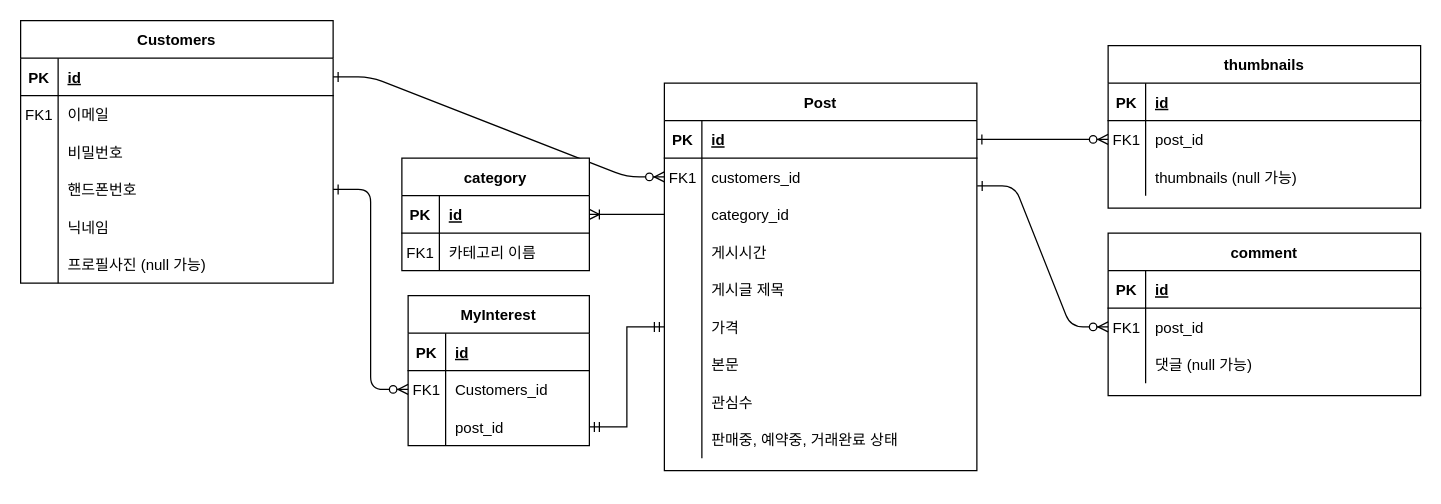
Before: page "Page-1" (1 of 3) of carrot.drawio in Lee-seungju/drawfile, a draw.io diagram. Source tidied: cells renumbered, new cells numbered last; positions are measured from the earlier drawing's top-left corner, leaving out a move shared by most shapes. Both pictures are drawn from the tidied source at 125%, with x=0, y=0 at pixel (20, 20).
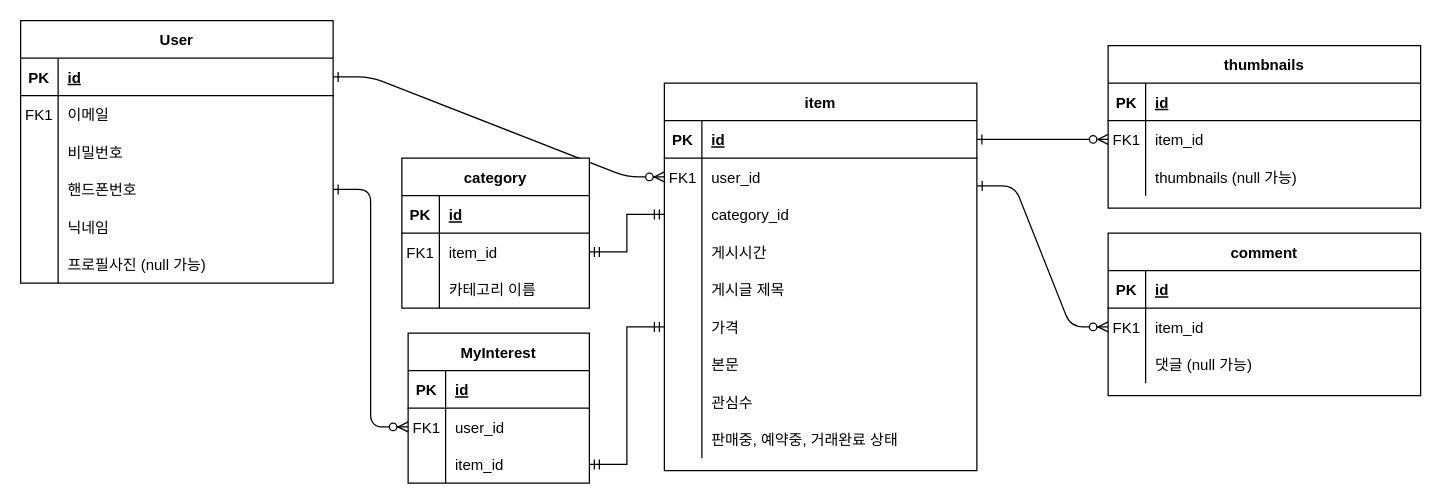
The same page after the edit.

Unchanged cells that the change refers to:
```xml
<mxCell id="8" style="shape=partialRectangle;fillColor=none;points=[[0,0.5],[1,0.5]];portConstraint=eastwest;top=0;left=0;right=0;bottom=0;" parent="4" vertex="1">
  <mxGeometry y="60" width="250" height="30" as="geometry" />
</mxCell>
<mxCell id="11" style="shape=partialRectangle;fillColor=none;points=[[0,0.5],[1,0.5]];portConstraint=eastwest;top=0;left=0;right=0;bottom=0;" parent="4" vertex="1">
  <mxGeometry y="90" width="250" height="30" as="geometry" />
</mxCell>
<mxCell id="36" style="shape=partialRectangle;fillColor=none;points=[[0,0.5],[1,0.5]];portConstraint=eastwest;top=0;left=0;right=0;bottom=0;" parent="32" vertex="1">
  <mxGeometry y="60" width="250" height="30" as="geometry" />
</mxCell>
<mxCell id="46" style="shape=partialRectangle;fillColor=none;points=[[0,0.5],[1,0.5]];portConstraint=eastwest;top=0;left=0;right=0;bottom=0;" parent="42" vertex="1">
  <mxGeometry y="60" width="145" height="30" as="geometry" />
</mxCell>
<mxCell id="49" style="shape=partialRectangle;fillColor=none;points=[[0,0.5],[1,0.5]];portConstraint=eastwest;top=0;left=0;right=0;bottom=0;" parent="42" vertex="1">
  <mxGeometry y="90" width="145" height="30" as="geometry" />
</mxCell>
<mxCell id="76" style="shape=partialRectangle;fillColor=none;points=[[0,0.5],[1,0.5]];portConstraint=eastwest;top=0;left=0;right=0;bottom=0;" parent="72" vertex="1">
  <mxGeometry y="60" width="250" height="30" as="geometry" />
</mxCell>
<mxCell id="85" style="shape=partialRectangle;fillColor=none;points=[[0,0.5],[1,0.5]];portConstraint=eastwest;top=0;left=0;right=0;bottom=1;" parent="84" vertex="1">
  <mxGeometry y="30" width="150" height="30" as="geometry" />
</mxCell>
<mxCell id="88" style="shape=partialRectangle;fillColor=none;points=[[0,0.5],[1,0.5]];portConstraint=eastwest;top=0;left=0;right=0;bottom=0;" parent="84" vertex="1">
  <mxGeometry y="60" width="150" height="30" as="geometry" />
</mxCell>
```

The edit, as a diff of the source:
```diff
@@
-    <mxCell id="4" value="Post" style="shape=table;startSize=30;childLayout=tableLayout;rowLines=0;fontStyle=1;align=center;" parent="1" vertex="1">
+    <mxCell id="4" value="item" style="shape=table;startSize=30;childLayout=tableLayout;rowLines=0;fontStyle=1;align=center;" parent="1" vertex="1">
       <mxGeometry x="515" y="50" width="250" height="310" as="geometry" />
     </mxCell>
@@
-    <mxCell id="10" value="customers_id" style="shape=partialRectangle;overflow=hidden;fillColor=none;top=0;left=0;bottom=0;right=0;align=left;spacingLeft=6;" parent="8" vertex="1">
+    <mxCell id="10" value="user_id" style="shape=partialRectangle;overflow=hidden;fillColor=none;top=0;left=0;bottom=0;right=0;align=left;spacingLeft=6;" parent="8" vertex="1">
       <mxGeometry x="30" width="220" height="30" as="geometry" />
     </mxCell>
@@
-    <mxCell id="38" value="post_id" style="shape=partialRectangle;overflow=hidden;fillColor=none;top=0;left=0;bottom=0;right=0;align=left;spacingLeft=6;" parent="36" vertex="1">
+    <mxCell id="38" value="item_id" style="shape=partialRectangle;overflow=hidden;fillColor=none;top=0;left=0;bottom=0;right=0;align=left;spacingLeft=6;" parent="36" vertex="1">
       <mxGeometry x="30" width="220" height="30" as="geometry" />
     </mxCell>
@@
     <mxCell id="42" value="MyInterest" style="shape=table;startSize=30;childLayout=tableLayout;rowLines=0;fontStyle=1;align=center;" parent="1" vertex="1">
-      <mxGeometry x="310" y="220" width="145" height="120" as="geometry" />
+      <mxGeometry x="310" y="250" width="145" height="120" as="geometry" />
     </mxCell>
@@
-    <mxCell id="48" value="Customers_id" style="shape=partialRectangle;overflow=hidden;fillColor=none;top=0;left=0;bottom=0;right=0;align=left;spacingLeft=6;" parent="46" vertex="1">
+    <mxCell id="48" value="user_id" style="shape=partialRectangle;overflow=hidden;fillColor=none;top=0;left=0;bottom=0;right=0;align=left;spacingLeft=6;" parent="46" vertex="1">
       <mxGeometry x="30" width="115" height="30" as="geometry" />
     </mxCell>
@@
-    <mxCell id="51" value="post_id" style="shape=partialRectangle;overflow=hidden;fillColor=none;top=0;left=0;bottom=0;right=0;align=left;spacingLeft=6;" parent="49" vertex="1">
+    <mxCell id="51" value="item_id" style="shape=partialRectangle;overflow=hidden;fillColor=none;top=0;left=0;bottom=0;right=0;align=left;spacingLeft=6;" parent="49" vertex="1">
       <mxGeometry x="30" width="115" height="30" as="geometry" />
     </mxCell>
-    <mxCell id="52" value="Customers" style="shape=table;startSize=30;childLayout=tableLayout;rowLines=0;fontStyle=1;align=center;horizontal=1;flipV=0;flipH=0;" parent="1" vertex="1">
+    <mxCell id="52" value="User" style="shape=table;startSize=30;childLayout=tableLayout;rowLines=0;fontStyle=1;align=center;horizontal=1;flipV=0;flipH=0;" parent="1" vertex="1">
       <mxGeometry width="250" height="210" as="geometry" />
     </mxCell>
@@
-    <mxCell id="78" value="post_id" style="shape=partialRectangle;overflow=hidden;fillColor=none;top=0;left=0;bottom=0;right=0;align=left;spacingLeft=6;" parent="76" vertex="1">
+    <mxCell id="78" value="item_id" style="shape=partialRectangle;overflow=hidden;fillColor=none;top=0;left=0;bottom=0;right=0;align=left;spacingLeft=6;" parent="76" vertex="1">
       <mxGeometry x="30" width="220" height="30" as="geometry" />
     </mxCell>
@@
     <mxCell id="84" value="category" style="shape=table;startSize=30;childLayout=tableLayout;rowLines=0;fontStyle=1;align=center;" parent="1" vertex="1">
-      <mxGeometry x="305" y="110" width="150" height="90" as="geometry" />
+      <mxGeometry x="305" y="110" width="150" height="120" as="geometry" />
     </mxCell>
@@
-    <mxCell id="90" value="카테고리 이름" style="shape=partialRectangle;overflow=hidden;fillColor=none;top=0;left=0;bottom=0;right=0;align=left;spacingLeft=6;" parent="88" vertex="1">
+    <mxCell id="90" value="item_id" style="shape=partialRectangle;overflow=hidden;fillColor=none;top=0;left=0;bottom=0;right=0;align=left;spacingLeft=6;" parent="88" vertex="1">
       <mxGeometry x="30" width="120" height="30" as="geometry" />
     </mxCell>
-    <mxCell id="91" style="edgeStyle=entityRelationEdgeStyle;fontSize=12;html=1;endArrow=ERoneToMany;rounded=0;exitX=0;exitY=0.5;exitDx=0;exitDy=0;entryX=1;entryY=0.5;entryDx=0;entryDy=0;" parent="1" edge="1" source="11" target="85">
-      <mxGeometry relative="1" as="geometry" />
-    </mxCell>
+    <mxCell id="92" style="shape=partialRectangle;fillColor=none;top=0;left=0;right=0;bottom=0;" parent="84" vertex="1">
+      <mxGeometry y="90" width="150" height="30" as="geometry" />
+    </mxCell>
+    <mxCell id="93" style="shape=partialRectangle;overflow=hidden;fillColor=none;top=0;left=0;bottom=0;right=0;" parent="92" vertex="1">
+      <mxGeometry width="30" height="30" as="geometry" />
+    </mxCell>
+    <mxCell id="94" value="카테고리 이름" style="shape=partialRectangle;overflow=hidden;fillColor=none;top=0;left=0;bottom=0;right=0;align=left;spacingLeft=6;" parent="92" vertex="1">
+      <mxGeometry x="30" width="120" height="30" as="geometry" />
+    </mxCell>
+    <mxCell id="95" style="edgeStyle=entityRelationEdgeStyle;fontSize=12;html=1;endArrow=ERmandOne;startArrow=ERmandOne;rounded=0;exitX=1;exitY=0.5;exitDx=0;exitDy=0;entryX=0;entryY=0.5;entryDx=0;entryDy=0;" parent="1" edge="1" source="88" target="11">
+      <mxGeometry relative="1" as="geometry" />
+    </mxCell>
```
